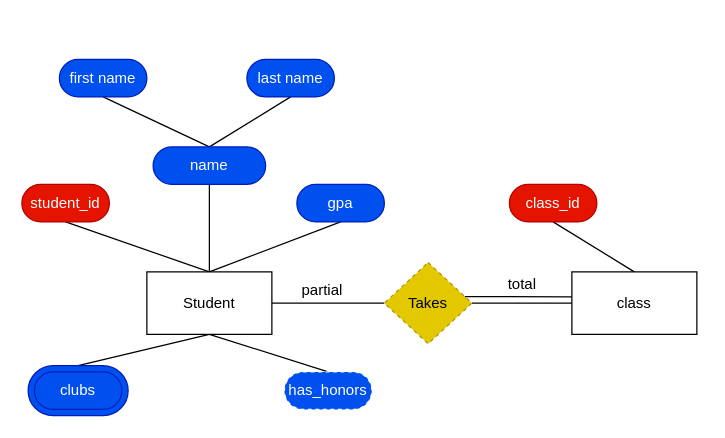
The draw.io diagram diagrams/er_playground.drawio in artemxgod/SQL-tutorial, before the edit. Source tidied: cells renumbered, new cells numbered last; positions are measured from the earlier drawing's top-left corner, leaving out a move shared by most shapes. Both pictures are drawn from the tidied source at 125%, with x=0, y=0 at pixel (21, 59).
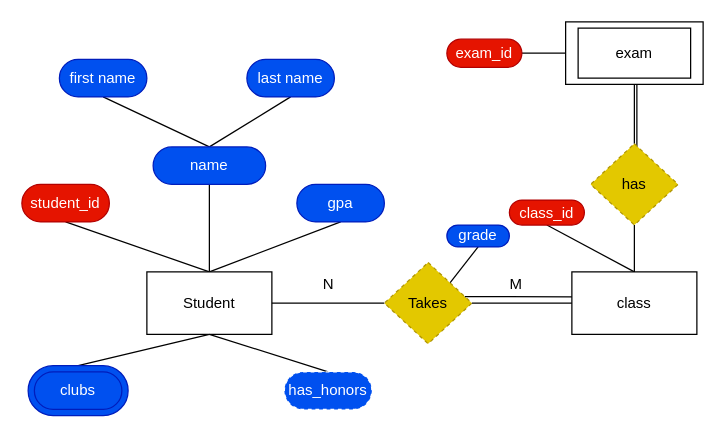
The same page after the edit.

The change refers to these unchanged cells:
```xml
<mxCell id="19" value="class&lt;br&gt;" style="rounded=0;whiteSpace=wrap;html=1;" parent="1" vertex="1">
  <mxGeometry x="440" y="170" width="100" height="50" as="geometry" />
</mxCell>
<mxCell id="23" value="Takes" style="rhombus;whiteSpace=wrap;html=1;dashed=1;fillStyle=auto;strokeColor=#B09500;strokeWidth=1;fillColor=#e3c800;fontColor=#000000;" parent="1" vertex="1">
  <mxGeometry x="290" y="162.5" width="70" height="65" as="geometry" />
</mxCell>
```

Change to the diagram source:
```diff
@@
+    <mxCell id="27" style="edgeStyle=none;html=1;exitX=0.5;exitY=1;exitDx=0;exitDy=0;endArrow=none;endFill=0;" parent="1" edge="1">
+      <mxGeometry relative="1" as="geometry">
+        <mxPoint x="492" y="20" as="sourcePoint" />
+        <mxPoint x="492" y="80" as="targetPoint" />
+      </mxGeometry>
+    </mxCell>
+    <mxCell id="28" style="edgeStyle=none;html=1;exitX=0.5;exitY=1;exitDx=0;exitDy=0;entryX=0.5;entryY=0;entryDx=0;entryDy=0;endArrow=none;endFill=0;" parent="1" edge="1" source="30" target="36">
+      <mxGeometry relative="1" as="geometry" />
+    </mxCell>
+    <mxCell id="29" style="edgeStyle=none;html=1;exitX=0;exitY=0.5;exitDx=0;exitDy=0;entryX=1;entryY=0.5;entryDx=0;entryDy=0;endArrow=none;endFill=0;" parent="1" edge="1" source="30" target="37">
+      <mxGeometry relative="1" as="geometry" />
+    </mxCell>
+    <mxCell id="30" style="rounded=0;whiteSpace=wrap;html=1;" parent="1" vertex="1">
+      <mxGeometry x="435" y="-30" width="110" height="50" as="geometry" />
+    </mxCell>
@@
     <mxCell id="20" value="class_id" style="rounded=1;whiteSpace=wrap;html=1;arcSize=50;fillColor=#e51400;fontColor=#ffffff;strokeColor=#B20000;" parent="1" vertex="1">
-      <mxGeometry x="390" y="100" width="70" height="30" as="geometry" />
+      <mxGeometry x="390" y="112.5" width="60" height="20" as="geometry" />
     </mxCell>
@@
+    <mxCell id="31" style="edgeStyle=none;html=1;exitX=1;exitY=0;exitDx=0;exitDy=0;entryX=0.5;entryY=1;entryDx=0;entryDy=0;endArrow=none;endFill=0;" parent="1" edge="1" source="23" target="32">
+      <mxGeometry relative="1" as="geometry" />
+    </mxCell>
@@
-    <mxCell id="25" value="partial" style="text;html=1;align=center;verticalAlign=middle;strokeColor=none;fillColor=none;" parent="1" vertex="1">
-      <mxGeometry x="210" y="170" width="60" height="30" as="geometry" />
-    </mxCell>
-    <mxCell id="26" value="total" style="text;html=1;align=center;verticalAlign=middle;strokeColor=none;fillColor=none;" parent="1" vertex="1">
-      <mxGeometry x="375" y="165" width="50" height="30" as="geometry" />
+    <mxCell id="26" value="M" style="text;html=1;align=center;verticalAlign=middle;strokeColor=none;fillColor=none;" parent="1" vertex="1">
+      <mxGeometry x="380" y="165" width="30" height="30" as="geometry" />
     </mxCell>
+    <mxCell id="32" value="grade" style="rounded=1;whiteSpace=wrap;html=1;arcSize=50;fillColor=#0050ef;fontColor=#ffffff;strokeColor=#001DBC;" parent="1" vertex="1">
+      <mxGeometry x="340" y="132.5" width="50" height="17.5" as="geometry" />
+    </mxCell>
+    <mxCell id="33" value="N" style="text;html=1;align=center;verticalAlign=middle;strokeColor=none;fillColor=none;" parent="1" vertex="1">
+      <mxGeometry x="230" y="165" width="30" height="30" as="geometry" />
+    </mxCell>
+    <mxCell id="34" value="exam" style="rounded=0;whiteSpace=wrap;html=1;" parent="1" vertex="1">
+      <mxGeometry x="445" y="-25" width="90" height="40" as="geometry" />
+    </mxCell>
+    <mxCell id="35" style="edgeStyle=none;html=1;exitX=0.5;exitY=1;exitDx=0;exitDy=0;entryX=0.5;entryY=0;entryDx=0;entryDy=0;endArrow=none;endFill=0;" parent="1" edge="1" source="36" target="19">
+      <mxGeometry relative="1" as="geometry" />
+    </mxCell>
+    <mxCell id="36" value="has" style="rhombus;whiteSpace=wrap;html=1;dashed=1;fillStyle=auto;strokeColor=#B09500;strokeWidth=1;fillColor=#e3c800;fontColor=#000000;" parent="1" vertex="1">
+      <mxGeometry x="455" y="67.5" width="70" height="65" as="geometry" />
+    </mxCell>
+    <mxCell id="37" value="exam_id" style="rounded=1;whiteSpace=wrap;html=1;arcSize=50;fillColor=#e51400;fontColor=#ffffff;strokeColor=#B20000;" parent="1" vertex="1">
+      <mxGeometry x="340" y="-16.2" width="60" height="22.5" as="geometry" />
+    </mxCell>
```
